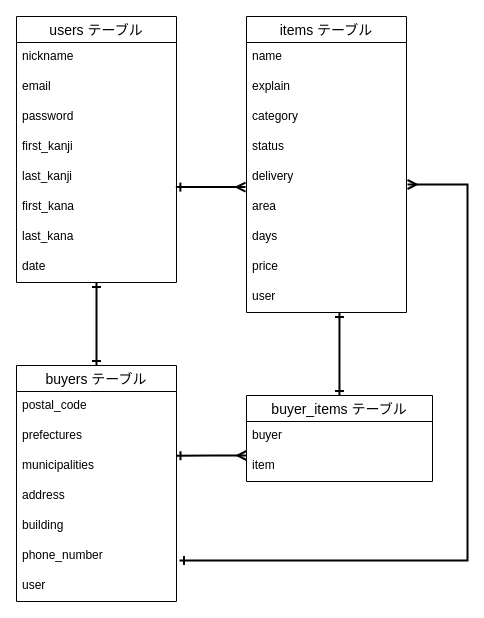
This is ER.dio from yamazakitakuya1115/furima-30547, a draw.io file, before an edit. Source tidied: cells renumbered, new cells numbered last; positions are measured from the earlier drawing's top-left corner, leaving out a move shared by most shapes. Both pictures are drawn from the tidied source at 100%, with x=0, y=0 at pixel (16, 16).
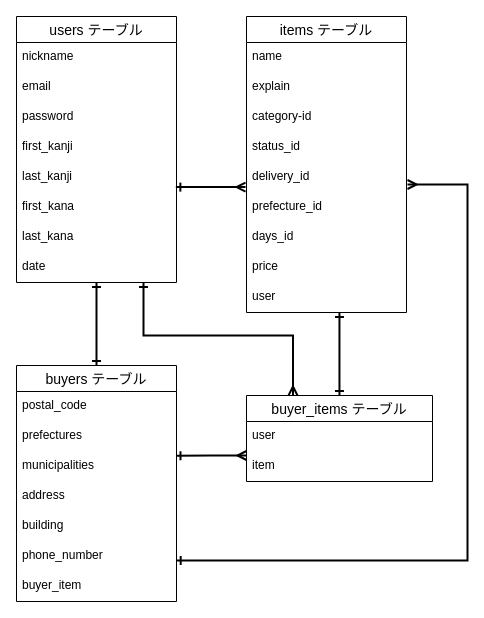
After the change.

Unchanged cells that the change refers to:
```xml
<mxCell id="10" value="date" style="text;strokeColor=none;fillColor=none;spacingLeft=4;spacingRight=4;overflow=hidden;points=[[0,0.5],[1,0.5]];portConstraint=eastwest;fontSize=12;" parent="2" vertex="1">
  <mxGeometry y="236" width="160" height="30" as="geometry" />
</mxCell>
<mxCell id="12" value="buyers テーブル" style="swimlane;fontStyle=0;horizontal=1;startSize=26;align=center;fontSize=14;" parent="1" vertex="1">
  <mxGeometry y="349" width="160" height="236" as="geometry" />
</mxCell>
<mxCell id="18" value="phone_number" style="text;strokeColor=none;fillColor=none;spacingLeft=4;spacingRight=4;overflow=hidden;points=[[0,0.5],[1,0.5]];portConstraint=eastwest;fontSize=12;" parent="12" vertex="1">
  <mxGeometry y="176" width="160" height="30" as="geometry" />
</mxCell>
<mxCell id="21" value="items テーブル" style="swimlane;fontStyle=0;horizontal=1;startSize=26;align=center;fontSize=14;" parent="1" vertex="1">
  <mxGeometry x="230" width="160" height="296" as="geometry" />
</mxCell>
<mxCell id="34" value="buyer_items テーブル" style="swimlane;fontStyle=0;horizontal=1;startSize=26;align=center;fontSize=14;" parent="1" vertex="1">
  <mxGeometry x="230" y="379" width="186" height="86" as="geometry" />
</mxCell>
```

What changed in the source:
```diff
@@
-    <mxCell id="19" value="user" style="text;strokeColor=none;fillColor=none;spacingLeft=4;spacingRight=4;overflow=hidden;fontSize=12;" parent="12" vertex="1">
+    <mxCell id="19" value="buyer_item" style="text;strokeColor=none;fillColor=none;spacingLeft=4;spacingRight=4;overflow=hidden;fontSize=12;" parent="12" vertex="1">
       <mxGeometry y="206" width="160" height="30" as="geometry" />
     </mxCell>
@@
-    <mxCell id="24" value="category" style="text;strokeColor=none;fillColor=none;spacingLeft=4;spacingRight=4;overflow=hidden;fontSize=12;" parent="21" vertex="1">
+    <mxCell id="24" value="category-id" style="text;strokeColor=none;fillColor=none;spacingLeft=4;spacingRight=4;overflow=hidden;fontSize=12;" parent="21" vertex="1">
       <mxGeometry y="86" width="160" height="30" as="geometry" />
     </mxCell>
-    <mxCell id="25" value="status" style="text;strokeColor=none;fillColor=none;spacingLeft=4;spacingRight=4;overflow=hidden;fontSize=12;" parent="21" vertex="1">
+    <mxCell id="25" value="status_id" style="text;strokeColor=none;fillColor=none;spacingLeft=4;spacingRight=4;overflow=hidden;fontSize=12;" parent="21" vertex="1">
       <mxGeometry y="116" width="160" height="30" as="geometry" />
     </mxCell>
-    <mxCell id="26" value="delivery" style="text;strokeColor=none;fillColor=none;spacingLeft=4;spacingRight=4;overflow=hidden;points=[[0,0.5],[1,0.5]];portConstraint=eastwest;fontSize=12;" parent="21" vertex="1">
+    <mxCell id="26" value="delivery_id" style="text;strokeColor=none;fillColor=none;spacingLeft=4;spacingRight=4;overflow=hidden;points=[[0,0.5],[1,0.5]];portConstraint=eastwest;fontSize=12;" parent="21" vertex="1">
       <mxGeometry y="146" width="160" height="30" as="geometry" />
     </mxCell>
-    <mxCell id="27" value="area" style="text;strokeColor=none;fillColor=none;spacingLeft=4;spacingRight=4;overflow=hidden;fontSize=12;" parent="21" vertex="1">
+    <mxCell id="27" value="prefecture_id" style="text;strokeColor=none;fillColor=none;spacingLeft=4;spacingRight=4;overflow=hidden;fontSize=12;" parent="21" vertex="1">
       <mxGeometry y="176" width="160" height="30" as="geometry" />
     </mxCell>
-    <mxCell id="28" value="days" style="text;strokeColor=none;fillColor=none;spacingLeft=4;spacingRight=4;overflow=hidden;fontSize=12;" parent="21" vertex="1">
+    <mxCell id="28" value="days_id" style="text;strokeColor=none;fillColor=none;spacingLeft=4;spacingRight=4;overflow=hidden;fontSize=12;" parent="21" vertex="1">
       <mxGeometry y="206" width="160" height="30" as="geometry" />
     </mxCell>
@@
-    <mxCell id="32" style="edgeStyle=orthogonalEdgeStyle;rounded=0;jumpSize=10;orthogonalLoop=1;jettySize=auto;html=1;startArrow=ERone;startFill=0;endArrow=ERmany;endFill=0;targetPerimeterSpacing=0;strokeWidth=2;" parent="1" edge="1">
+    <mxCell id="32" style="edgeStyle=orthogonalEdgeStyle;rounded=0;jumpSize=10;jettySize=auto;html=1;startArrow=ERone;startFill=0;endArrow=ERmany;endFill=0;targetPerimeterSpacing=0;strokeWidth=2;exitX=0.998;exitY=0.633;exitDx=0;exitDy=0;exitPerimeter=0;" parent="1" edge="1" source="18">
       <mxGeometry relative="1" as="geometry">
-        <mxPoint x="163" y="544" as="sourcePoint" />
         <mxPoint x="391" y="168" as="targetPoint" />
         <Array as="points">
           <mxPoint x="451" y="544" />
           <mxPoint x="451" y="168" />
-          <mxPoint x="391" y="168" />
         </Array>
       </mxGeometry>
     </mxCell>
@@
-    <mxCell id="35" value="buyer" style="text;strokeColor=none;fillColor=none;spacingLeft=4;spacingRight=4;overflow=hidden;fontSize=12;" parent="34" vertex="1">
+    <mxCell id="35" value="user" style="text;strokeColor=none;fillColor=none;spacingLeft=4;spacingRight=4;overflow=hidden;fontSize=12;" parent="34" vertex="1">
       <mxGeometry y="26" width="186" height="30" as="geometry" />
     </mxCell>
@@
+    <mxCell id="37" style="edgeStyle=orthogonalEdgeStyle;rounded=0;jettySize=auto;html=1;entryX=0.25;entryY=0;entryDx=0;entryDy=0;endArrow=ERmany;endFill=0;startArrow=ERone;startFill=0;strokeWidth=2;" parent="1" edge="1" source="10" target="34">
+      <mxGeometry relative="1" as="geometry">
+        <Array as="points">
+          <mxPoint x="127" y="319" />
+          <mxPoint x="277" y="319" />
+        </Array>
+      </mxGeometry>
+    </mxCell>
```
